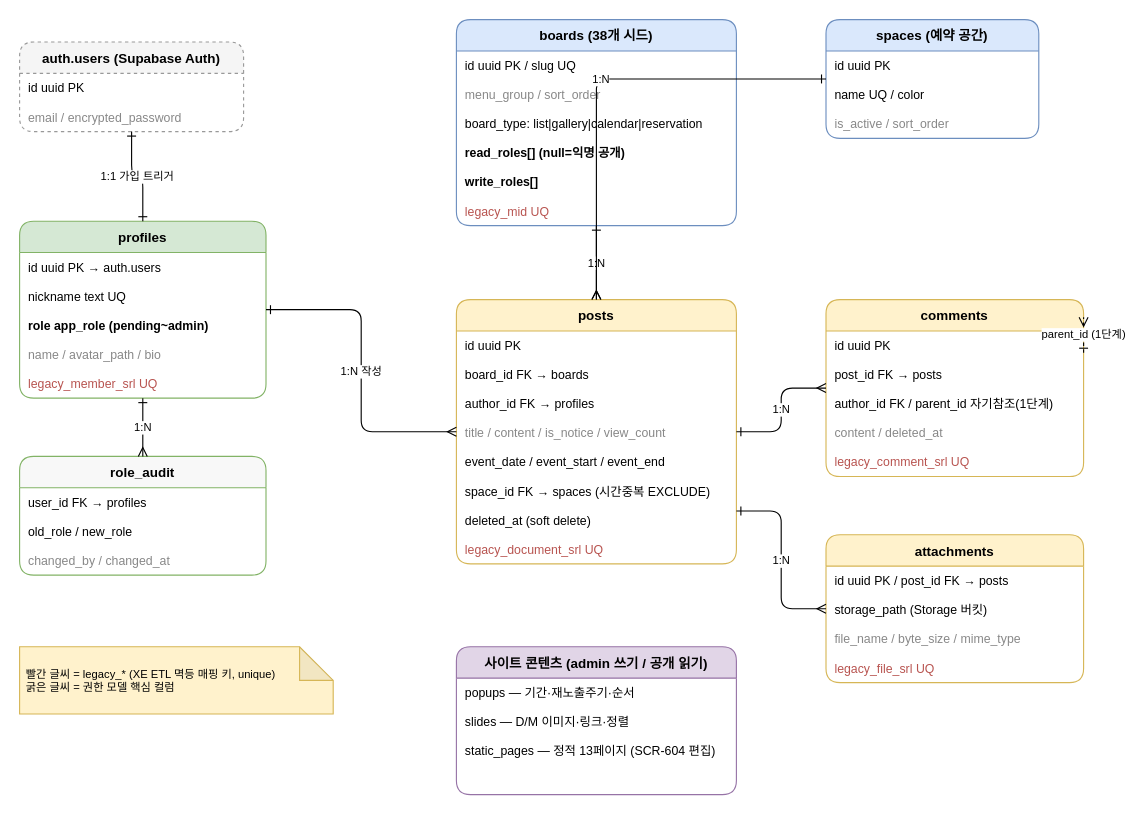
Above: docs/diagrams/erd.drawio in gforest-or-kr/gforest (draw.io), before the change. Source tidied: cells renumbered, new cells numbered last; positions are measured from the earlier drawing's top-left corner, leaving out a move shared by most shapes. Both pictures are drawn from the tidied source at 112%, with x=0, y=0 at pixel (19, 19).
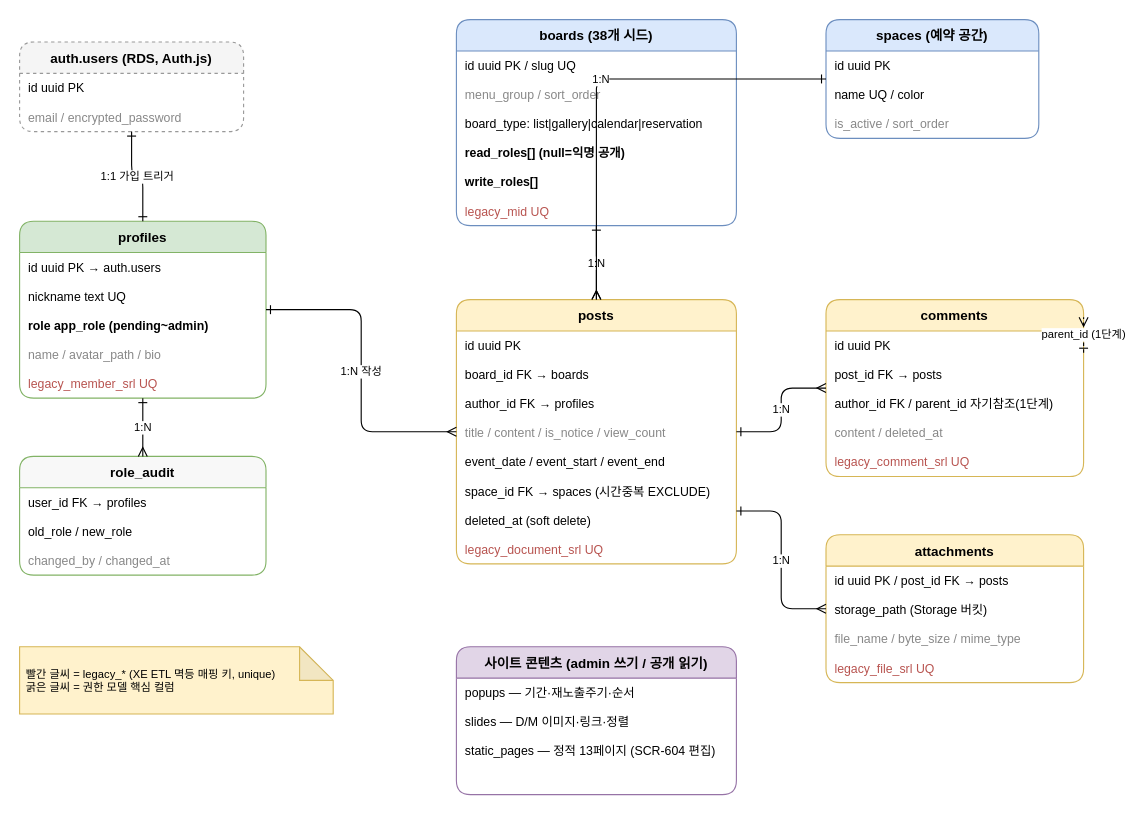
After the change.

Diff of the diagram source:
```diff
@@
-    <mxCell id="2" value="auth.users (Supabase Auth)" style="swimlane;fontStyle=1;horizontal=1;startSize=28;rounded=1;dashed=1;fillColor=#f5f5f5;strokeColor=#999999;fontSize=12;" parent="1" vertex="1">
+    <mxCell id="2" value="auth.users (RDS, Auth.js)" style="swimlane;fontStyle=1;horizontal=1;startSize=28;rounded=1;dashed=1;fillColor=#f5f5f5;strokeColor=#999999;fontSize=12;" parent="1" vertex="1">
       <mxGeometry y="20" width="200" height="80" as="geometry" />
     </mxCell>
```
